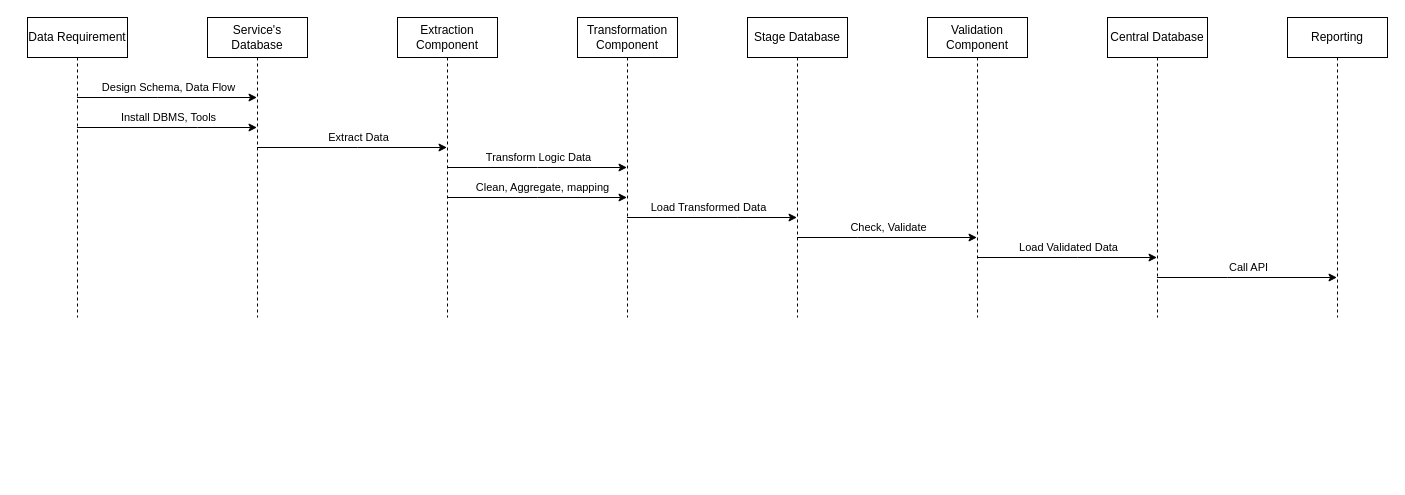
This is Sequence-Diagram/Sequence-Diagram.drawio from Suerima/Centralise-Databases, a draw.io file, before an edit. Source tidied: cells renumbered, new cells numbered last; positions are measured from the earlier drawing's top-left corner, leaving out a move shared by most shapes. Both pictures are drawn from the tidied source at 100%, with x=0, y=0 at pixel (27, 17).
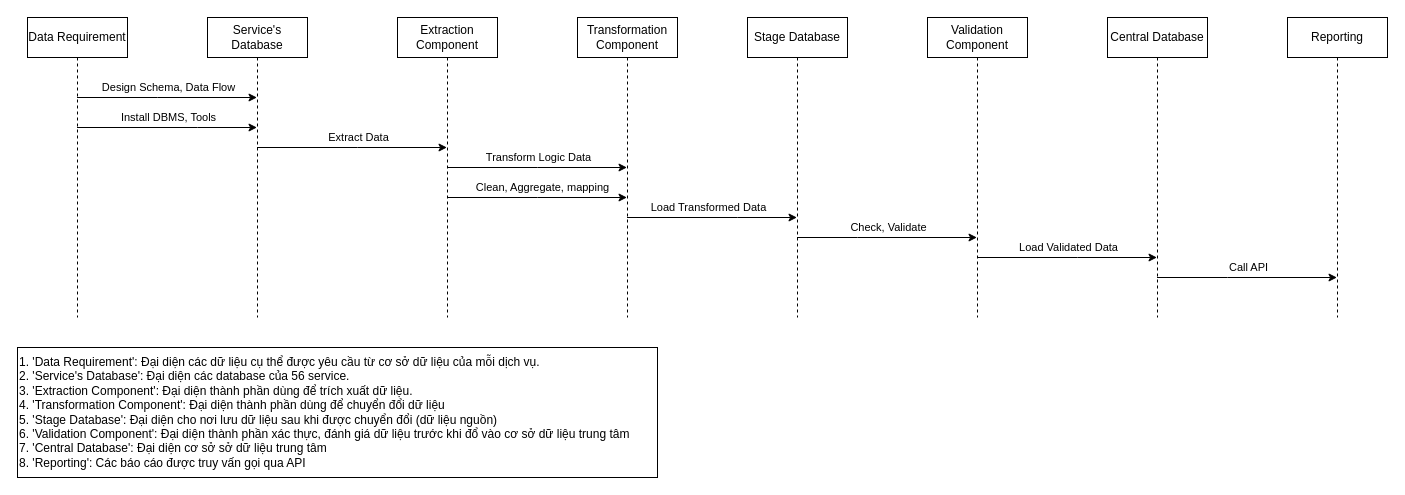
The same page after the edit.

Change to the diagram source:
```diff
@@
+    <mxCell id="19" value="1. 'Data Requirement': Đại diện các dữ liệu cụ thể được yêu cầu từ cơ sở dữ liệu của mỗi dịch vụ.&lt;br&gt;2. 'Service's Database': Đại diện các database của 56 service.&lt;br&gt;3. 'Extraction Component': Đại diện thành phần dùng để trích xuất dữ liệu.&lt;br&gt;4. 'Transformation Component': Đại diện thành phần dùng để chuyển đổi dữ liệu&lt;br&gt;5. 'Stage Database': Đại diện cho nơi lưu dữ liệu sau khi được chuyển đổi (dữ liệu nguồn)&lt;br&gt;6. 'Validation Component': Đại diện thành phần xác thực, đánh giá dữ liệu trước khi đổ vào cơ sở dữ liệu trung tâm&lt;br&gt;7. 'Central Database': Đại diện cơ sở sở dữ liệu trung tâm&lt;br&gt;8. 'Reporting': Các báo cáo được truy vấn gọi qua API" style="rounded=0;whiteSpace=wrap;html=1;align=left;" parent="1" vertex="1">
+      <mxGeometry x="-10" y="330" width="640" height="130" as="geometry" />
+    </mxCell>
```
